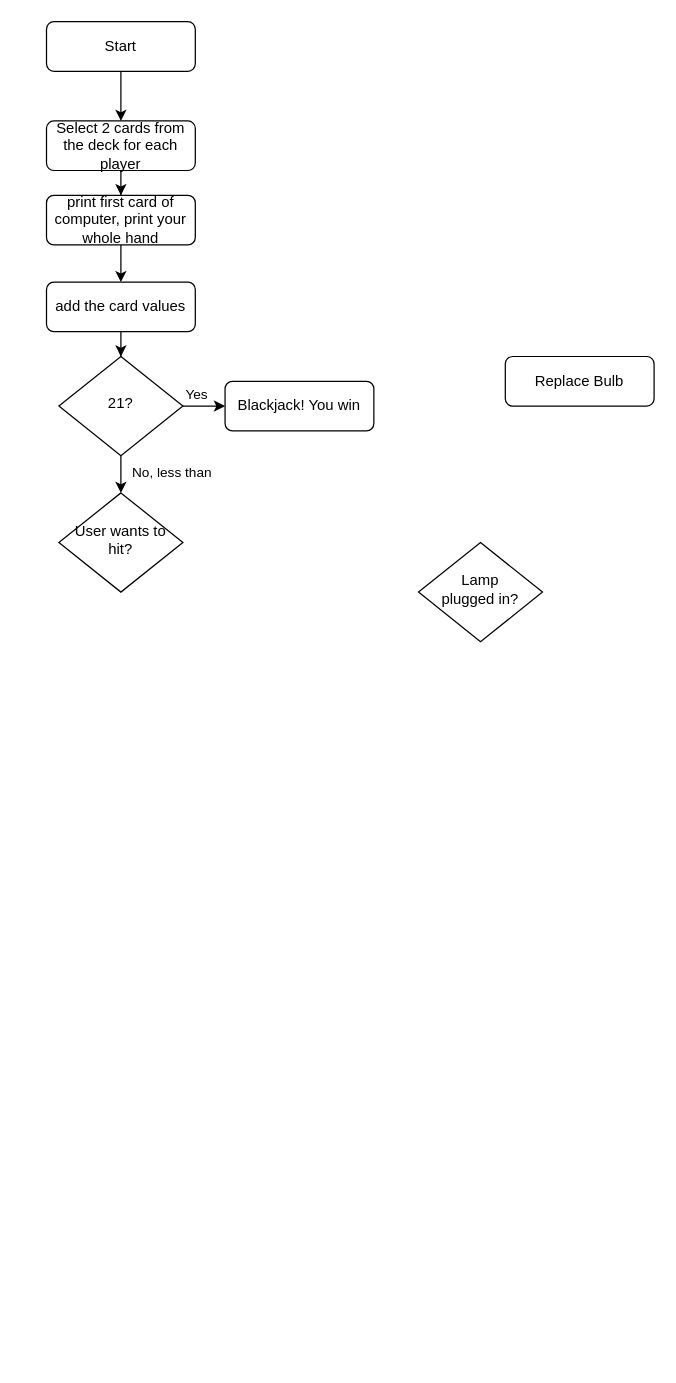
The draw.io diagram Untitled Diagram.drawio in technodactyl/hangman, before the edit. Source tidied: cells renumbered, new cells numbered last; positions are measured from the earlier drawing's top-left corner, leaving out a move shared by most shapes. Both pictures are drawn from the tidied source at 124%, with x=0, y=0 at pixel (46, 21).
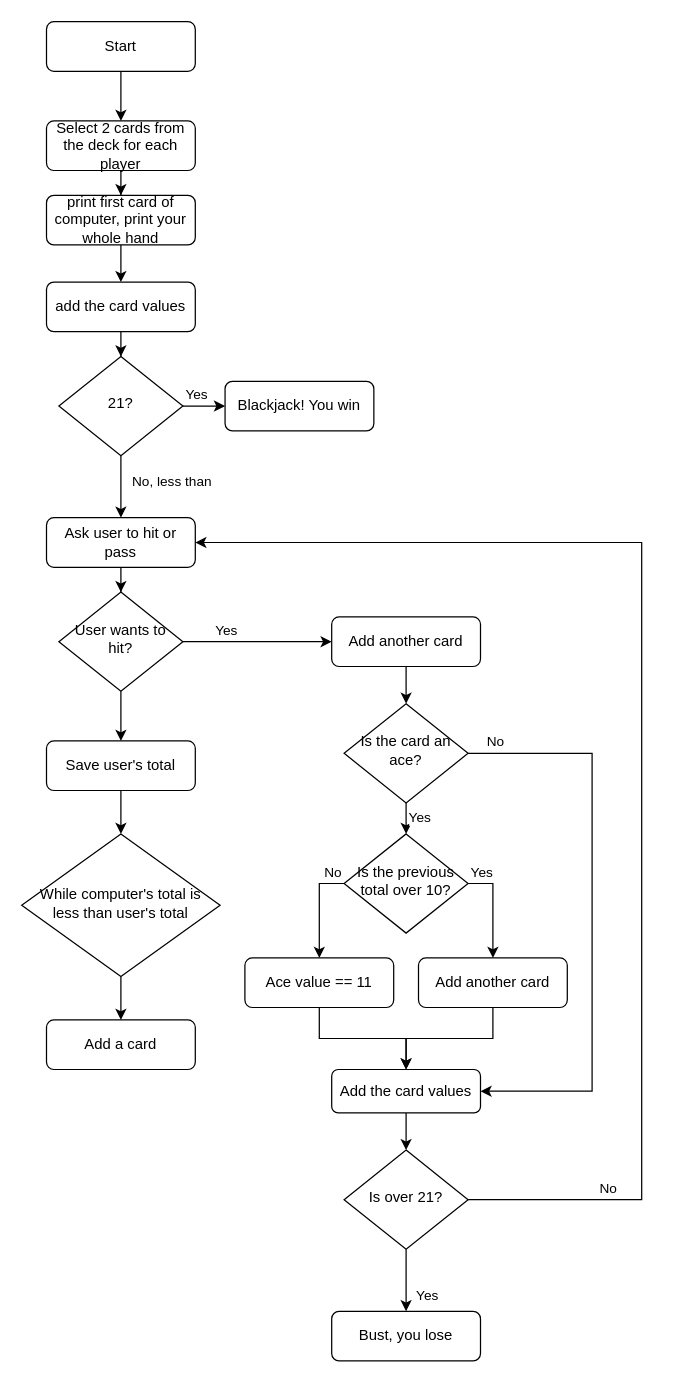
Above is the later version.

Unchanged cells that the change refers to:
```xml
<mxCell id="9" value="21?" style="rhombus;whiteSpace=wrap;html=1;shadow=0;fontFamily=Helvetica;fontSize=12;align=center;strokeWidth=1;spacing=6;spacingTop=-4;" parent="1" vertex="1">
  <mxGeometry x="10" y="270" width="100" height="80" as="geometry" />
</mxCell>
```

Diff of the diagram source:
```diff
@@
+    <mxCell id="19" style="edgeStyle=orthogonalEdgeStyle;rounded=0;jettySize=auto;html=1;exitX=0.5;exitY=1;exitDx=0;exitDy=0;entryX=0.5;entryY=0;entryDx=0;entryDy=0;" parent="1" edge="1" source="4" target="42">
+      <mxGeometry relative="1" as="geometry" />
+    </mxCell>
+    <mxCell id="20" value="Yes" style="edgeLabel;html=1;align=center;verticalAlign=middle;" parent="19" vertex="1">
+      <mxGeometry x="-0.12" y="1" relative="1" as="geometry">
+        <mxPoint x="9" as="offset" />
+      </mxGeometry>
+    </mxCell>
+    <mxCell id="21" style="edgeStyle=orthogonalEdgeStyle;rounded=0;jettySize=auto;html=1;entryX=1;entryY=0.5;entryDx=0;entryDy=0;" parent="1" edge="1" source="4" target="48">
+      <mxGeometry relative="1" as="geometry">
+        <Array as="points">
+          <mxPoint x="440" y="590" />
+          <mxPoint x="440" y="863" />
+        </Array>
+      </mxGeometry>
+    </mxCell>
+    <mxCell id="22" value="No" style="edgeLabel;html=1;align=center;verticalAlign=middle;" parent="21" vertex="1">
+      <mxGeometry x="-0.78" relative="1" as="geometry">
+        <mxPoint x="-30" y="-10" as="offset" />
+      </mxGeometry>
+    </mxCell>
-    <mxCell id="4" value="Lamp&lt;br&gt;plugged in?" style="rhombus;whiteSpace=wrap;html=1;shadow=0;fontFamily=Helvetica;fontSize=12;align=center;strokeWidth=1;spacing=6;spacingTop=-4;" parent="1" vertex="1">
-      <mxGeometry x="300" y="420" width="100" height="80" as="geometry" />
+    <mxCell id="4" value="Is the card an ace?" style="rhombus;whiteSpace=wrap;html=1;shadow=0;fontFamily=Helvetica;fontSize=12;align=center;strokeWidth=1;spacing=6;spacingTop=-4;" parent="1" vertex="1">
+      <mxGeometry x="240" y="550" width="100" height="80" as="geometry" />
     </mxCell>
@@
-    <mxCell id="7" style="edgeStyle=orthogonalEdgeStyle;rounded=0;jettySize=auto;html=1;" parent="1" edge="1" source="9" target="18">
+    <mxCell id="7" style="edgeStyle=orthogonalEdgeStyle;rounded=0;jettySize=auto;html=1;entryX=0.5;entryY=0;entryDx=0;entryDy=0;" parent="1" edge="1" source="9" target="11">
       <mxGeometry relative="1" as="geometry" />
     </mxCell>
     <mxCell id="8" value="No, less than" style="edgeLabel;html=1;align=center;verticalAlign=middle;" parent="7" vertex="1">
       <mxGeometry x="0.32" y="3" relative="1" as="geometry">
-        <mxPoint x="37" as="offset" />
+        <mxPoint x="37" y="-13" as="offset" />
       </mxGeometry>
     </mxCell>
@@
+    <mxCell id="23" style="edgeStyle=orthogonalEdgeStyle;rounded=0;jettySize=auto;html=1;" parent="1" edge="1" source="11" target="18">
+      <mxGeometry relative="1" as="geometry" />
+    </mxCell>
-    <mxCell id="11" value="Replace Bulb" style="rounded=1;whiteSpace=wrap;html=1;fontSize=12;glass=0;strokeWidth=1;shadow=0;" parent="1" vertex="1">
-      <mxGeometry x="370" y="270" width="120" height="40" as="geometry" />
+    <mxCell id="11" value="Ask user to hit or pass" style="rounded=1;whiteSpace=wrap;html=1;fontSize=12;glass=0;strokeWidth=1;shadow=0;" parent="1" vertex="1">
+      <mxGeometry y="400" width="120" height="40" as="geometry" />
     </mxCell>
@@
+    <mxCell id="24" style="edgeStyle=orthogonalEdgeStyle;rounded=0;jettySize=auto;html=1;entryX=0;entryY=0.5;entryDx=0;entryDy=0;" parent="1" edge="1" source="18" target="28">
+      <mxGeometry relative="1" as="geometry" />
+    </mxCell>
+    <mxCell id="25" value="Yes" style="edgeLabel;html=1;align=center;verticalAlign=middle;" parent="24" vertex="1">
+      <mxGeometry x="-0.07" y="-3" relative="1" as="geometry">
+        <mxPoint x="-22" y="-13" as="offset" />
+      </mxGeometry>
+    </mxCell>
+    <mxCell id="26" style="edgeStyle=orthogonalEdgeStyle;rounded=0;jettySize=auto;html=1;entryX=0.5;entryY=0;entryDx=0;entryDy=0;" parent="1" edge="1" source="18" target="37">
+      <mxGeometry relative="1" as="geometry" />
+    </mxCell>
     <mxCell id="18" value="User wants to hit?" style="rhombus;whiteSpace=wrap;html=1;shadow=0;fontFamily=Helvetica;fontSize=12;align=center;strokeWidth=1;spacing=6;spacingTop=-4;" parent="1" vertex="1">
-      <mxGeometry x="10" y="380" width="100" height="80" as="geometry" />
+      <mxGeometry x="10" y="460" width="100" height="80" as="geometry" />
     </mxCell>
+    <mxCell id="27" style="edgeStyle=orthogonalEdgeStyle;rounded=0;jettySize=auto;html=1;entryX=0.5;entryY=0;entryDx=0;entryDy=0;" parent="1" edge="1" source="28" target="4">
+      <mxGeometry relative="1" as="geometry" />
+    </mxCell>
+    <mxCell id="28" value="Add another card" style="rounded=1;whiteSpace=wrap;html=1;fontSize=12;glass=0;strokeWidth=1;shadow=0;" parent="1" vertex="1">
+      <mxGeometry x="230" y="480" width="120" height="40" as="geometry" />
+    </mxCell>
+    <mxCell id="29" style="edgeStyle=orthogonalEdgeStyle;rounded=0;jettySize=auto;html=1;entryX=1;entryY=0.5;entryDx=0;entryDy=0;" parent="1" edge="1" source="33" target="11">
+      <mxGeometry relative="1" as="geometry">
+        <Array as="points">
+          <mxPoint x="480" y="950" />
+          <mxPoint x="480" y="420" />
+        </Array>
+      </mxGeometry>
+    </mxCell>
+    <mxCell id="30" value="No" style="edgeLabel;html=1;align=center;verticalAlign=middle;" parent="29" vertex="1">
+      <mxGeometry x="-0.82" y="2" relative="1" as="geometry">
+        <mxPoint x="19" y="-8" as="offset" />
+      </mxGeometry>
+    </mxCell>
+    <mxCell id="31" style="edgeStyle=orthogonalEdgeStyle;rounded=0;jettySize=auto;html=1;entryX=0.5;entryY=0;entryDx=0;entryDy=0;" parent="1" edge="1" source="33" target="34">
+      <mxGeometry relative="1" as="geometry" />
+    </mxCell>
+    <mxCell id="32" value="Yes" style="edgeLabel;html=1;align=center;verticalAlign=middle;" parent="31" vertex="1">
+      <mxGeometry x="0.44" relative="1" as="geometry">
+        <mxPoint x="16" as="offset" />
+      </mxGeometry>
+    </mxCell>
+    <mxCell id="33" value="Is over 21?" style="rhombus;whiteSpace=wrap;html=1;shadow=0;fontFamily=Helvetica;fontSize=12;align=center;strokeWidth=1;spacing=6;spacingTop=-4;" parent="1" vertex="1">
+      <mxGeometry x="240" y="910" width="100" height="80" as="geometry" />
+    </mxCell>
+    <mxCell id="34" value="Bust, you lose" style="rounded=1;whiteSpace=wrap;html=1;fontSize=12;glass=0;strokeWidth=1;shadow=0;direction=east;" parent="1" vertex="1">
+      <mxGeometry x="230" y="1040" width="120" height="40" as="geometry" />
+    </mxCell>
+    <mxCell id="35" value="Add a card" style="rounded=1;whiteSpace=wrap;html=1;fontSize=12;glass=0;strokeWidth=1;shadow=0;" parent="1" vertex="1">
+      <mxGeometry y="805" width="120" height="40" as="geometry" />
+    </mxCell>
+    <mxCell id="36" style="edgeStyle=orthogonalEdgeStyle;rounded=0;jettySize=auto;html=1;" parent="1" edge="1" source="37" target="50">
+      <mxGeometry relative="1" as="geometry" />
+    </mxCell>
+    <mxCell id="37" value="Save user's total" style="rounded=1;whiteSpace=wrap;html=1;fontSize=12;glass=0;strokeWidth=1;shadow=0;" parent="1" vertex="1">
+      <mxGeometry y="580" width="120" height="40" as="geometry" />
+    </mxCell>
+    <mxCell id="38" style="edgeStyle=orthogonalEdgeStyle;rounded=0;jettySize=auto;html=1;entryX=0.5;entryY=0;entryDx=0;entryDy=0;exitX=0;exitY=0.5;exitDx=0;exitDy=0;" parent="1" edge="1" source="42" target="44">
+      <mxGeometry relative="1" as="geometry" />
+    </mxCell>
+    <mxCell id="39" value="No" style="edgeLabel;html=1;align=center;verticalAlign=middle;" parent="38" vertex="1">
+      <mxGeometry x="-0.05" relative="1" as="geometry">
+        <mxPoint x="10" y="-28" as="offset" />
+      </mxGeometry>
+    </mxCell>
+    <mxCell id="40" style="edgeStyle=orthogonalEdgeStyle;rounded=0;jettySize=auto;html=1;exitX=1;exitY=0.5;exitDx=0;exitDy=0;" parent="1" edge="1" source="42" target="46">
+      <mxGeometry relative="1" as="geometry" />
+    </mxCell>
+    <mxCell id="41" value="Yes" style="edgeLabel;html=1;align=center;verticalAlign=middle;" parent="40" vertex="1">
+      <mxGeometry x="-0.12" y="-2" relative="1" as="geometry">
+        <mxPoint x="-8" y="-25" as="offset" />
+      </mxGeometry>
+    </mxCell>
+    <mxCell id="42" value="Is the previous total over 10?" style="rhombus;whiteSpace=wrap;html=1;shadow=0;fontFamily=Helvetica;fontSize=12;align=center;strokeWidth=1;spacing=6;spacingTop=-4;" parent="1" vertex="1">
+      <mxGeometry x="240" y="655" width="100" height="80" as="geometry" />
+    </mxCell>
+    <mxCell id="43" style="edgeStyle=orthogonalEdgeStyle;rounded=0;jettySize=auto;html=1;entryX=0.5;entryY=0;entryDx=0;entryDy=0;" parent="1" edge="1" source="44" target="48">
+      <mxGeometry relative="1" as="geometry" />
+    </mxCell>
+    <mxCell id="44" value="Ace value == 11" style="rounded=1;whiteSpace=wrap;html=1;fontSize=12;glass=0;strokeWidth=1;shadow=0;" parent="1" vertex="1">
+      <mxGeometry x="160" y="755" width="120" height="40" as="geometry" />
+    </mxCell>
+    <mxCell id="45" style="edgeStyle=orthogonalEdgeStyle;rounded=0;jettySize=auto;html=1;entryX=0.5;entryY=0;entryDx=0;entryDy=0;" parent="1" edge="1" source="46" target="48">
+      <mxGeometry relative="1" as="geometry" />
+    </mxCell>
+    <mxCell id="46" value="Add another card" style="rounded=1;whiteSpace=wrap;html=1;fontSize=12;glass=0;strokeWidth=1;shadow=0;" parent="1" vertex="1">
+      <mxGeometry x="300" y="755" width="120" height="40" as="geometry" />
+    </mxCell>
+    <mxCell id="47" style="edgeStyle=orthogonalEdgeStyle;rounded=0;jettySize=auto;html=1;" parent="1" edge="1" source="48" target="33">
+      <mxGeometry relative="1" as="geometry" />
+    </mxCell>
+    <mxCell id="48" value="Add the card values" style="rounded=1;whiteSpace=wrap;html=1;fontSize=12;glass=0;strokeWidth=1;shadow=0;" parent="1" vertex="1">
+      <mxGeometry x="230" y="845" width="120" height="35" as="geometry" />
+    </mxCell>
+    <mxCell id="49" style="edgeStyle=orthogonalEdgeStyle;rounded=0;jettySize=auto;html=1;entryX=0.5;entryY=0;entryDx=0;entryDy=0;" parent="1" edge="1" source="50" target="35">
+      <mxGeometry relative="1" as="geometry" />
+    </mxCell>
+    <mxCell id="50" value="While computer's total is less than user's total" style="rhombus;whiteSpace=wrap;html=1;shadow=0;fontFamily=Helvetica;fontSize=12;align=center;strokeWidth=1;spacing=6;spacingTop=-4;" parent="1" vertex="1">
+      <mxGeometry x="-20" y="655" width="160" height="115" as="geometry" />
+    </mxCell>
```
